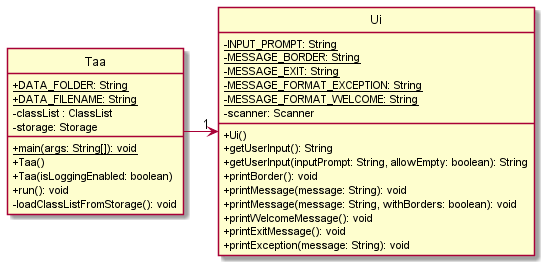
Earlier version of the PlantUML export docs/diagrams/class/UiClassDiagram.png (nus-cs2113-AY2122S1/tp). Source of this version:
```plantuml
@startuml
!include ClassDiagramStyle.puml

class Taa
class Ui

Taa -> "1" Ui
Taa : <u>+DATA_FOLDER: String</u>
Taa : <u>+DATA_FILENAME: String</u>
Taa : -classList : ClassList
Taa : -storage: Storage
Taa : <u>+main(args: String[]): void</u>
Taa : +Taa()
Taa : +Taa(isLoggingEnabled: boolean)
Taa : +run(): void
Taa : -loadClassListFromStorage(): void

Ui : <u>-INPUT_PROMPT: String</u>
Ui : <u>-MESSAGE_BORDER: String</u>
Ui : <u>-MESSAGE_EXIT: String</u>
Ui : <u>-MESSAGE_FORMAT_EXCEPTION: String</u>
Ui : <u>-MESSAGE_FORMAT_WELCOME: String</u>
Ui : -scanner: Scanner
Ui : +Ui()
Ui : +getUserInput(): String
Ui : +getUserInput(inputPrompt: String, allowEmpty: boolean): String
Ui : +printBorder(): void
Ui : +printMessage(message: String): void
Ui : +printMessage(message: String, withBorders: boolean): void
Ui : +printWelcomeMessage(): void
Ui : +printExitMessage(): void
Ui : +printException(message: String): void

@enduml
```
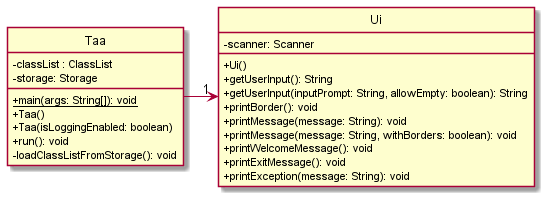
The same diagram one commit later.

What changed in the source:
```diff
@@ -1,34 +1,29 @@
 @startuml
-!include ClassDiagramStyle.puml
+!include ClassStyle.puml
 
-class Taa
-class Ui
+class Taa {
+    -classList : ClassList
+    -storage: Storage
+    {static} +main(args: String[]): void
+    +Taa()
+    +Taa(isLoggingEnabled: boolean)
+    +run(): void
+    -loadClassListFromStorage(): void
+}
+
+class Ui {
+    -scanner: Scanner
+    +Ui()
+    +getUserInput(): String
+    +getUserInput(inputPrompt: String, allowEmpty: boolean): String
+    +printBorder(): void
+    +printMessage(message: String): void
+    +printMessage(message: String, withBorders: boolean): void
+    +printWelcomeMessage(): void
+    +printExitMessage(): void
+    +printException(message: String): void
+}
 
 Taa -> "1" Ui
-Taa : <u>+DATA_FOLDER: String</u>
-Taa : <u>+DATA_FILENAME: String</u>
-Taa : -classList : ClassList
-Taa : -storage: Storage
-Taa : <u>+main(args: String[]): void</u>
-Taa : +Taa()
-Taa : +Taa(isLoggingEnabled: boolean)
-Taa : +run(): void
-Taa : -loadClassListFromStorage(): void
-
-Ui : <u>-INPUT_PROMPT: String</u>
-Ui : <u>-MESSAGE_BORDER: String</u>
-Ui : <u>-MESSAGE_EXIT: String</u>
-Ui : <u>-MESSAGE_FORMAT_EXCEPTION: String</u>
-Ui : <u>-MESSAGE_FORMAT_WELCOME: String</u>
-Ui : -scanner: Scanner
-Ui : +Ui()
-Ui : +getUserInput(): String
-Ui : +getUserInput(inputPrompt: String, allowEmpty: boolean): String
-Ui : +printBorder(): void
-Ui : +printMessage(message: String): void
-Ui : +printMessage(message: String, withBorders: boolean): void
-Ui : +printWelcomeMessage(): void
-Ui : +printExitMessage(): void
-Ui : +printException(message: String): void
 
 @enduml
```
